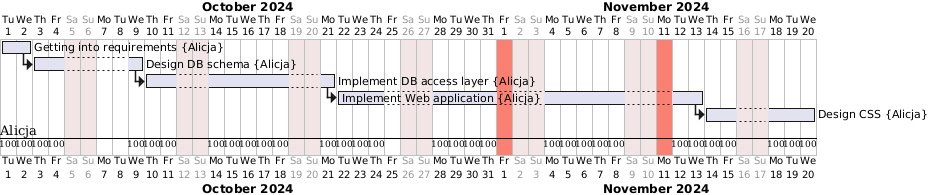
Before: examples/simple_project.png, a diagram exported from PlantUML (rrowniak/planner). Its diagram source:
```plantuml
@startgantt
sat are closed
sun are closed
{Alicja} is off on 2024-10-07
{Alicja} is off on 2024-10-08
{Alicja} is off on 2024-10-25
{Alicja} is off on 2024-11-01
{Alicja} is off on 2024-11-11
2024-11-01 is colored in salmon
2024-11-11 is colored in salmon

Project starts 2024-10-01

[Getting into requirements] as [T1] on {Alicja} starts 2024-10-01
[T1] ends at 2024-10-02
[Design DB schema] as [T2] on {Alicja} starts 2024-10-03
[T2] ends at 2024-10-09
[T2] pauses on 2024-10-05
[T2] pauses on 2024-10-06
[T2] pauses on 2024-10-07
[T2] pauses on 2024-10-08
[Implement DB access layer] as [T3] on {Alicja} starts 2024-10-10
[T3] ends at 2024-10-21
[T3] pauses on 2024-10-12
[T3] pauses on 2024-10-13
[T3] pauses on 2024-10-19
[T3] pauses on 2024-10-20
[Implement Web application] as [T4] on {Alicja} starts 2024-10-22
[T4] ends at 2024-11-13
[T4] pauses on 2024-10-25
[T4] pauses on 2024-10-26
[T4] pauses on 2024-10-27
[T4] pauses on 2024-11-01
[T4] pauses on 2024-11-02
[T4] pauses on 2024-11-03
[T4] pauses on 2024-11-09
[T4] pauses on 2024-11-10
[T4] pauses on 2024-11-11
[Design CSS] as [T5] on {Alicja} starts 2024-11-14
[T5] ends at 2024-11-20
[T5] pauses on 2024-11-16
[T5] pauses on 2024-11-17

[T1] -> [T2]
[T2] -> [T3]
[T3] -> [T4]
[T4] -> [T5]
@endgantt
```
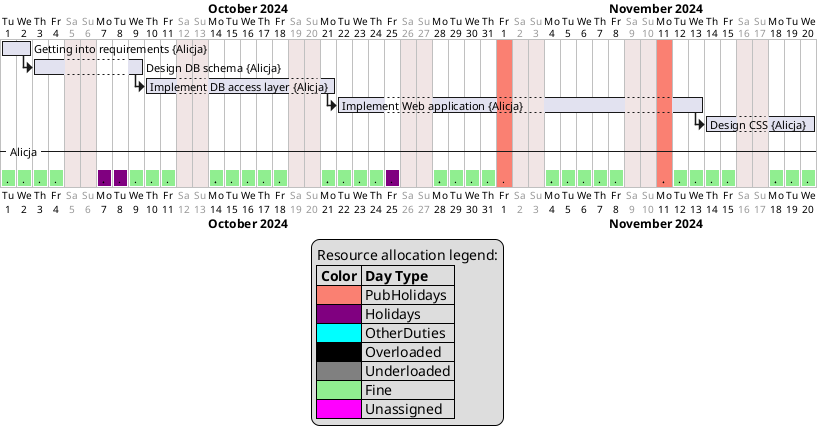
After the commit.

Commit message:
Resource allocation timeline added

The edit, as a diff of the source:
```diff
@@ -6,6 +6,7 @@
 {Alicja} is off on 2024-10-25
 {Alicja} is off on 2024-11-01
 {Alicja} is off on 2024-11-11
+hide ressources footbox
 2024-11-01 is colored in salmon
 2024-11-11 is colored in salmon
 
@@ -45,4 +46,169 @@
 [T2] -> [T3]
 [T3] -> [T4]
 [T4] -> [T5]
+-- Alicja --
+[.] as [Alicja_0] starts 2024-10-01 and requires 1 days
+[Alicja_0] is colored in lightgreen
+[.] as [Alicja_1] starts 2024-10-02 and requires 1 days
+[Alicja_1] is colored in lightgreen
+[Alicja_1] displays on same row as [Alicja_0]
+[.] as [Alicja_2] starts 2024-10-03 and requires 1 days
+[Alicja_2] is colored in lightgreen
+[Alicja_2] displays on same row as [Alicja_1]
+[.] as [Alicja_3] starts 2024-10-04 and requires 1 days
+[Alicja_3] is colored in lightgreen
+[Alicja_3] displays on same row as [Alicja_2]
+[.] as [Alicja_4] starts 2024-10-05 and requires 1 days
+[Alicja_4] is colored in salmon
+[Alicja_4] displays on same row as [Alicja_3]
+[.] as [Alicja_5] starts 2024-10-06 and requires 1 days
+[Alicja_5] is colored in salmon
+[Alicja_5] displays on same row as [Alicja_4]
+[.] as [Alicja_6] starts 2024-10-07 and requires 1 days
+[Alicja_6] is colored in purple
+[Alicja_6] displays on same row as [Alicja_5]
+[.] as [Alicja_7] starts 2024-10-08 and requires 1 days
+[Alicja_7] is colored in purple
+[Alicja_7] displays on same row as [Alicja_6]
+[.] as [Alicja_8] starts 2024-10-09 and requires 1 days
+[Alicja_8] is colored in lightgreen
+[Alicja_8] displays on same row as [Alicja_7]
+[.] as [Alicja_9] starts 2024-10-10 and requires 1 days
+[Alicja_9] is colored in lightgreen
+[Alicja_9] displays on same row as [Alicja_8]
+[.] as [Alicja_10] starts 2024-10-11 and requires 1 days
+[Alicja_10] is colored in lightgreen
+[Alicja_10] displays on same row as [Alicja_9]
+[.] as [Alicja_11] starts 2024-10-12 and requires 1 days
+[Alicja_11] is colored in salmon
+[Alicja_11] displays on same row as [Alicja_10]
+[.] as [Alicja_12] starts 2024-10-13 and requires 1 days
+[Alicja_12] is colored in salmon
+[Alicja_12] displays on same row as [Alicja_11]
+[.] as [Alicja_13] starts 2024-10-14 and requires 1 days
+[Alicja_13] is colored in lightgreen
+[Alicja_13] displays on same row as [Alicja_12]
+[.] as [Alicja_14] starts 2024-10-15 and requires 1 days
+[Alicja_14] is colored in lightgreen
+[Alicja_14] displays on same row as [Alicja_13]
+[.] as [Alicja_15] starts 2024-10-16 and requires 1 days
+[Alicja_15] is colored in lightgreen
+[Alicja_15] displays on same row as [Alicja_14]
+[.] as [Alicja_16] starts 2024-10-17 and requires 1 days
+[Alicja_16] is colored in lightgreen
+[Alicja_16] displays on same row as [Alicja_15]
+[.] as [Alicja_17] starts 2024-10-18 and requires 1 days
+[Alicja_17] is colored in lightgreen
+[Alicja_17] displays on same row as [Alicja_16]
+[.] as [Alicja_18] starts 2024-10-19 and requires 1 days
+[Alicja_18] is colored in salmon
+[Alicja_18] displays on same row as [Alicja_17]
+[.] as [Alicja_19] starts 2024-10-20 and requires 1 days
+[Alicja_19] is colored in salmon
+[Alicja_19] displays on same row as [Alicja_18]
+[.] as [Alicja_20] starts 2024-10-21 and requires 1 days
+[Alicja_20] is colored in lightgreen
+[Alicja_20] displays on same row as [Alicja_19]
+[.] as [Alicja_21] starts 2024-10-22 and requires 1 days
+[Alicja_21] is colored in lightgreen
+[Alicja_21] displays on same row as [Alicja_20]
+[.] as [Alicja_22] starts 2024-10-23 and requires 1 days
+[Alicja_22] is colored in lightgreen
+[Alicja_22] displays on same row as [Alicja_21]
+[.] as [Alicja_23] starts 2024-10-24 and requires 1 days
+[Alicja_23] is colored in lightgreen
+[Alicja_23] displays on same row as [Alicja_22]
+[.] as [Alicja_24] starts 2024-10-25 and requires 1 days
+[Alicja_24] is colored in purple
+[Alicja_24] displays on same row as [Alicja_23]
+[.] as [Alicja_25] starts 2024-10-26 and requires 1 days
+[Alicja_25] is colored in salmon
+[Alicja_25] displays on same row as [Alicja_24]
+[.] as [Alicja_26] starts 2024-10-27 and requires 1 days
+[Alicja_26] is colored in salmon
+[Alicja_26] displays on same row as [Alicja_25]
+[.] as [Alicja_27] starts 2024-10-28 and requires 1 days
+[Alicja_27] is colored in lightgreen
+[Alicja_27] displays on same row as [Alicja_26]
+[.] as [Alicja_28] starts 2024-10-29 and requires 1 days
+[Alicja_28] is colored in lightgreen
+[Alicja_28] displays on same row as [Alicja_27]
+[.] as [Alicja_29] starts 2024-10-30 and requires 1 days
+[Alicja_29] is colored in lightgreen
+[Alicja_29] displays on same row as [Alicja_28]
+[.] as [Alicja_30] starts 2024-10-31 and requires 1 days
+[Alicja_30] is colored in lightgreen
+[Alicja_30] displays on same row as [Alicja_29]
+[.] as [Alicja_31] starts 2024-11-01 and requires 1 days
+[Alicja_31] is colored in salmon
+[Alicja_31] displays on same row as [Alicja_30]
+[.] as [Alicja_32] starts 2024-11-02 and requires 1 days
+[Alicja_32] is colored in salmon
+[Alicja_32] displays on same row as [Alicja_31]
+[.] as [Alicja_33] starts 2024-11-03 and requires 1 days
+[Alicja_33] is colored in salmon
+[Alicja_33] displays on same row as [Alicja_32]
+[.] as [Alicja_34] starts 2024-11-04 and requires 1 days
+[Alicja_34] is colored in lightgreen
+[Alicja_34] displays on same row as [Alicja_33]
+[.] as [Alicja_35] starts 2024-11-05 and requires 1 days
+[Alicja_35] is colored in lightgreen
+[Alicja_35] displays on same row as [Alicja_34]
+[.] as [Alicja_36] starts 2024-11-06 and requires 1 days
+[Alicja_36] is colored in lightgreen
+[Alicja_36] displays on same row as [Alicja_35]
+[.] as [Alicja_37] starts 2024-11-07 and requires 1 days
+[Alicja_37] is colored in lightgreen
+[Alicja_37] displays on same row as [Alicja_36]
+[.] as [Alicja_38] starts 2024-11-08 and requires 1 days
+[Alicja_38] is colored in lightgreen
+[Alicja_38] displays on same row as [Alicja_37]
+[.] as [Alicja_39] starts 2024-11-09 and requires 1 days
+[Alicja_39] is colored in salmon
+[Alicja_39] displays on same row as [Alicja_38]
+[.] as [Alicja_40] starts 2024-11-10 and requires 1 days
+[Alicja_40] is colored in salmon
+[Alicja_40] displays on same row as [Alicja_39]
+[.] as [Alicja_41] starts 2024-11-11 and requires 1 days
+[Alicja_41] is colored in salmon
+[Alicja_41] displays on same row as [Alicja_40]
+[.] as [Alicja_42] starts 2024-11-12 and requires 1 days
+[Alicja_42] is colored in lightgreen
+[Alicja_42] displays on same row as [Alicja_41]
+[.] as [Alicja_43] starts 2024-11-13 and requires 1 days
+[Alicja_43] is colored in lightgreen
+[Alicja_43] displays on same row as [Alicja_42]
+[.] as [Alicja_44] starts 2024-11-14 and requires 1 days
+[Alicja_44] is colored in lightgreen
+[Alicja_44] displays on same row as [Alicja_43]
+[.] as [Alicja_45] starts 2024-11-15 and requires 1 days
+[Alicja_45] is colored in lightgreen
+[Alicja_45] displays on same row as [Alicja_44]
+[.] as [Alicja_46] starts 2024-11-16 and requires 1 days
+[Alicja_46] is colored in salmon
+[Alicja_46] displays on same row as [Alicja_45]
+[.] as [Alicja_47] starts 2024-11-17 and requires 1 days
+[Alicja_47] is colored in salmon
+[Alicja_47] displays on same row as [Alicja_46]
+[.] as [Alicja_48] starts 2024-11-18 and requires 1 days
+[Alicja_48] is colored in lightgreen
+[Alicja_48] displays on same row as [Alicja_47]
+[.] as [Alicja_49] starts 2024-11-19 and requires 1 days
+[Alicja_49] is colored in lightgreen
+[Alicja_49] displays on same row as [Alicja_48]
+[.] as [Alicja_50] starts 2024-11-20 and requires 1 days
+[Alicja_50] is colored in lightgreen
+[Alicja_50] displays on same row as [Alicja_49]
+
+legend
+Resource allocation legend:
+|= Color |= Day Type |
+|<#salmon>| PubHolidays |
+|<#purple>| Holidays |
+|<#cyan>| OtherDuties |
+|<#black>| Overloaded |
+|<#gray>| Underloaded |
+|<#lightgreen>| Fine |
+|<#magenta>| Unassigned |
+end legend
 @endgantt
```
